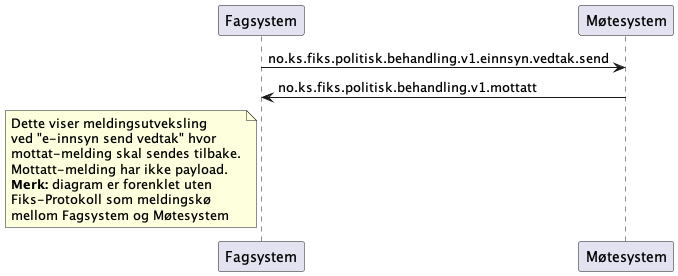
ks-no/fiks-politisk-behandling-specification keeps this PlantUML diagram as Dokumentasjon/V1/meldingsutveksling/einnsyn-vedtak-send/sekvensdiagram/sekvensdiagram-einnsyn-vedtak-send.png. Above is the earlier version. Source of this version:
```plantuml
@startuml
participant Fagsystem as "Fagsystem"
participant Møtesystem as "Møtesystem"

Fagsystem -> Møtesystem : no.ks.fiks.politisk.behandling.v1.einnsyn.vedtak.send
Fagsystem <- Møtesystem : no.ks.fiks.politisk.behandling.v1.mottatt

note left of Fagsystem
Dette viser meldingsutveksling
ved "e-innsyn send vedtak" hvor
mottat-melding skal sendes tilbake.
Mottatt-melding har ikke payload.
**Merk:** diagram er forenklet uten
Fiks-Protokoll som meldingskø
mellom Fagsystem og Møtesystem
end note

@enduml
```
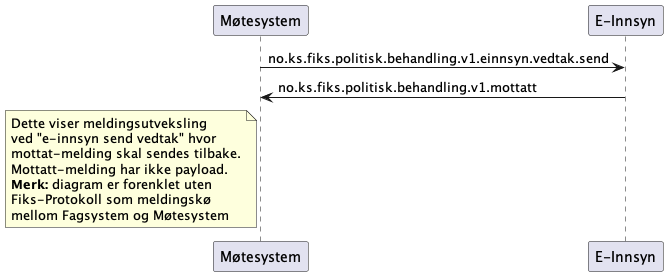
Above is the later version.

Change to the diagram source:
```diff
@@ -1,11 +1,11 @@
 @startuml
-participant Fagsystem as "Fagsystem"
 participant Møtesystem as "Møtesystem"
+participant EInnsyn as "E-Innsyn"
 
-Fagsystem -> Møtesystem : no.ks.fiks.politisk.behandling.v1.einnsyn.vedtak.send
-Fagsystem <- Møtesystem : no.ks.fiks.politisk.behandling.v1.mottatt
+Møtesystem -> EInnsyn : no.ks.fiks.politisk.behandling.v1.einnsyn.vedtak.send
+Møtesystem <- EInnsyn : no.ks.fiks.politisk.behandling.v1.mottatt
 
-note left of Fagsystem
+note left of Møtesystem
 Dette viser meldingsutveksling
 ved "e-innsyn send vedtak" hvor
 mottat-melding skal sendes tilbake.
```
